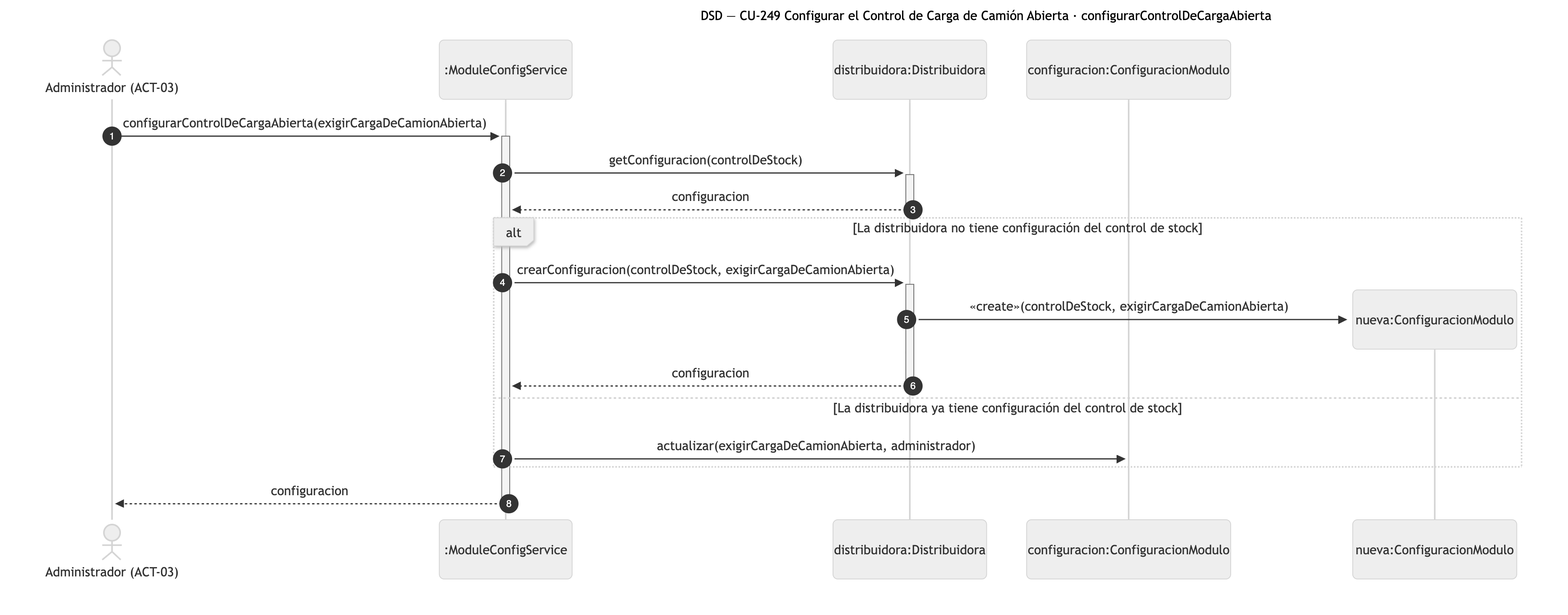
Before: diagramas/png/DSD_CU-249_configurarControlDeCargaAbierta.png, a diagram exported from Mermaid (Nahuelito-Dev/splg-docs). Its source is kept beside it as diagramas/DSD_CU-249_configurarControlDeCargaAbierta.mmd. Source of this version:
```mermaid
sequenceDiagram
    title DSD — CU-249 Configurar el Control de Carga de Camión Abierta · configurarControlDeCargaAbierta
    autonumber
    actor ADM as Administrador (ACT-03)
    participant SRV as :ModuleConfigService
    participant DIS as distribuidora:Distribuidora
    participant CFG as configuracion:ConfiguracionModulo

    ADM->>+SRV: configurarControlDeCargaAbierta(exigirCargaDeCamionAbierta)
    SRV->>+DIS: getConfiguracion(controlDeStock)
    DIS-->>-SRV: configuracion
    alt La distribuidora no tiene configuración del control de stock
        SRV->>+DIS: crearConfiguracion(controlDeStock, exigirCargaDeCamionAbierta)
        create participant NCF as nueva:ConfiguracionModulo
        DIS->>NCF: «create»(controlDeStock, exigirCargaDeCamionAbierta)
        DIS-->>-SRV: configuracion
    else La distribuidora ya tiene configuración del control de stock
        SRV->>CFG: actualizar(exigirCargaDeCamionAbierta, administrador)
    end
    SRV-->>-ADM: configuracion
```
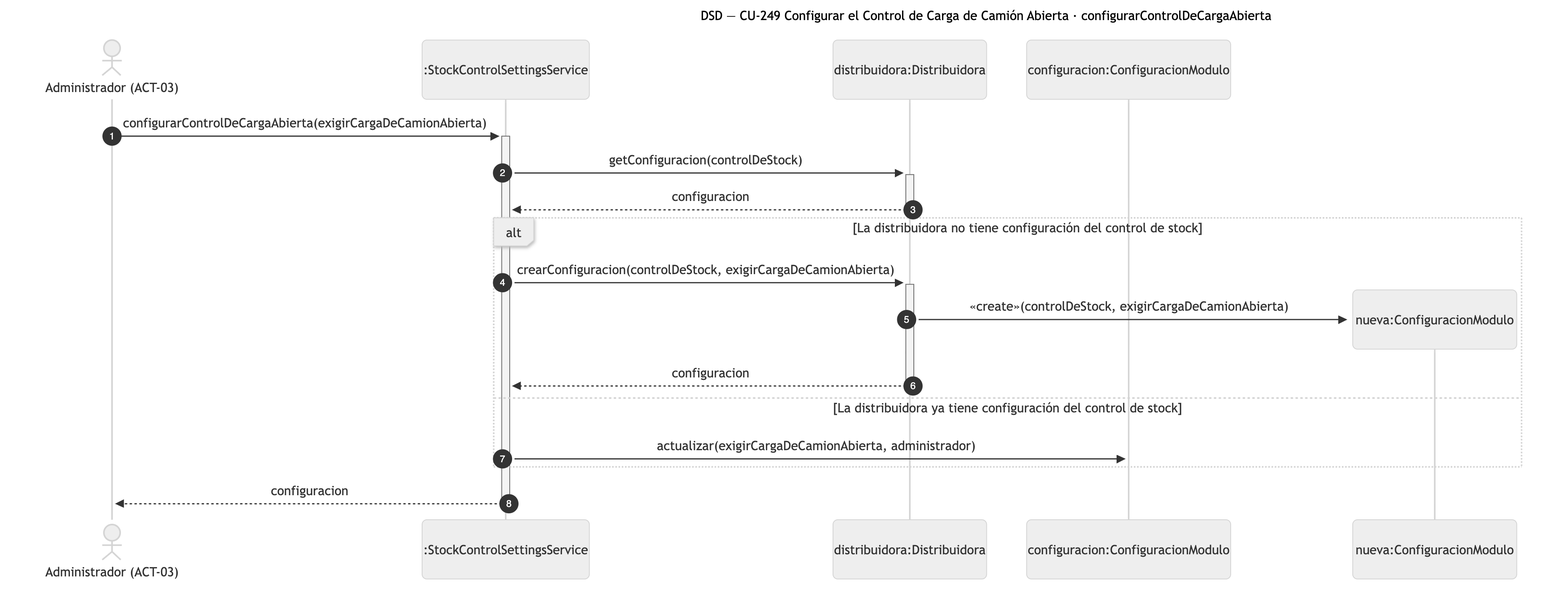
After the commit.

The edit, as a diff of the source:
```diff
@@ -2,7 +2,7 @@
     title DSD — CU-249 Configurar el Control de Carga de Camión Abierta · configurarControlDeCargaAbierta
     autonumber
     actor ADM as Administrador (ACT-03)
-    participant SRV as :ModuleConfigService
+    participant SRV as :StockControlSettingsService
     participant DIS as distribuidora:Distribuidora
     participant CFG as configuracion:ConfiguracionModulo
 
```
